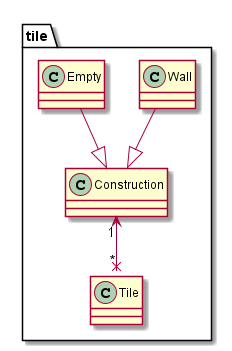
Before: doc/first_sprint/diagrams/class/tiles.png, a diagram exported from PlantUML (Reynault/ACL_2019_Zelpop). Source of this version:
```plantuml
@startuml

package tile{

    class Tile{

    }

    class Wall{

    }


    class Empty{

    }

    class Construction{

    }

}

Tile "*" x-up-> "1" Construction
Wall --|> Construction
Empty --|> Construction


@enduml
```
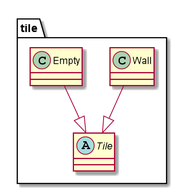
The same file after the commit.

The edit, as a diff of the source:
```diff
@@ -2,7 +2,7 @@
 
 package tile{
 
-    class Tile{
+    abstract Tile{
 
     }
 
@@ -15,15 +15,10 @@
 
     }
 
-    class Construction{
-
-    }
-
 }
 
-Tile "*" x-up-> "1" Construction
-Wall --|> Construction
-Empty --|> Construction
+Wall --|> Tile
+Empty --|> Tile
 
 
 @enduml
```
